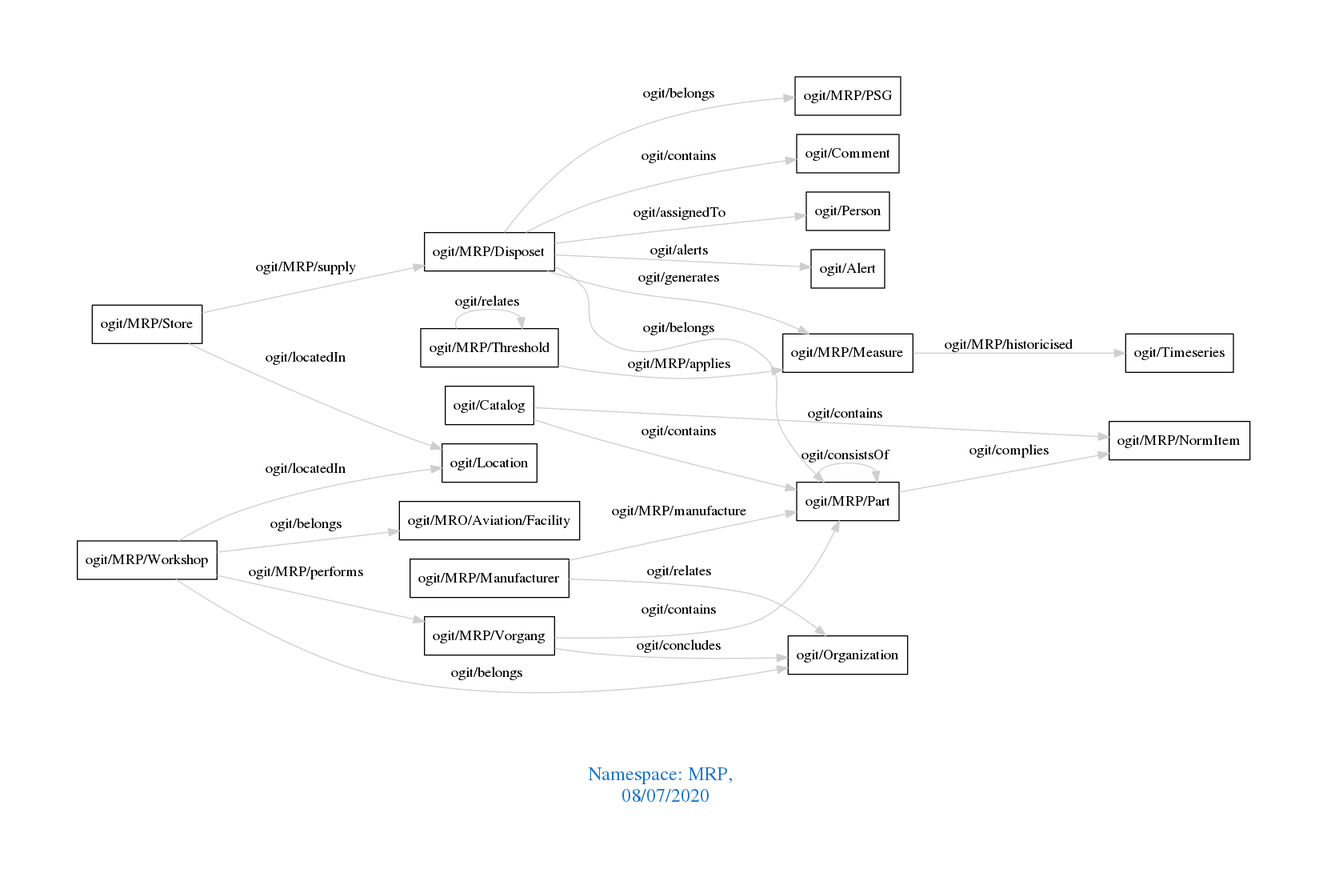
arago/OGIT keeps this Graphviz diagram as downloads/MRP.png. Above is the earlier version. Its source is kept beside it as downloads/MRP.dot.
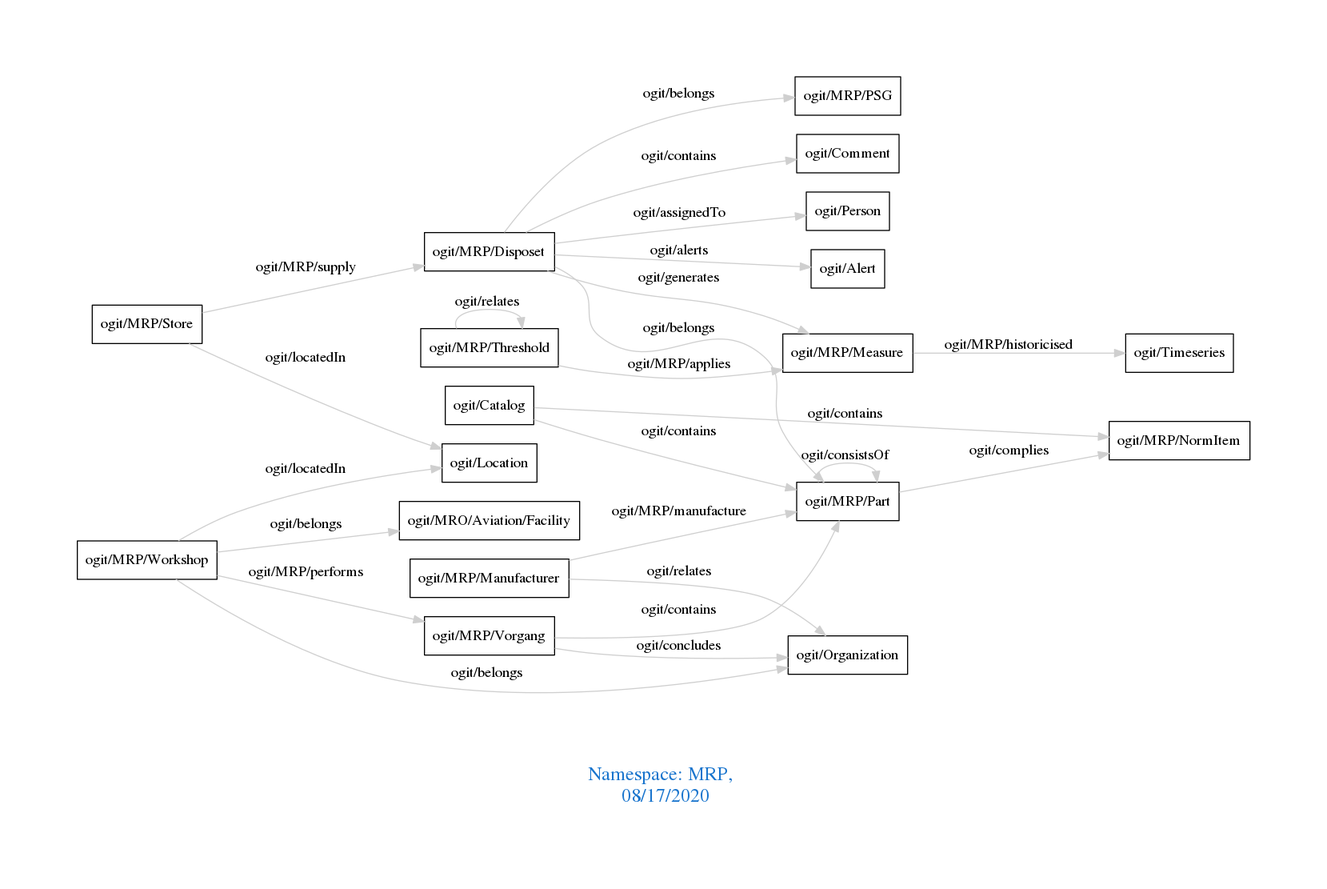
Later version of the same file.

Diff of the diagram source:
```diff
@@ -1,7 +1,7 @@
 digraph OGIT_ontology {
  graph [ rankdir= LR,pad=1
 fontsize = 18,
-fontcolor= dodgerblue3,label = "\n\n\nNamespace: MRP, \n 08/07/2020"];
+fontcolor= dodgerblue3,label = "\n\n\nNamespace: MRP, \n 08/17/2020"];
 node[shape=polygon];
 edge [  color="gray81"];
 
```
